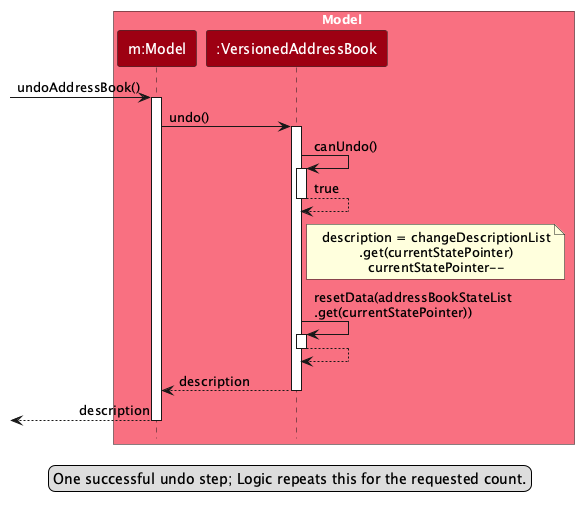
The PlantUML diagram docs/images/UndoSequenceDiagram-Model.png in liownahum/tp, before a commit. Its diagram source:
```plantuml
@startuml
!include style.puml
skinparam ArrowFontStyle plain
skinparam sequenceMessageAlign left

box Model MODEL_COLOR_T1
participant "m:Model" as Model MODEL_COLOR
participant ":VersionedAddressBook" as VersionedAddressBook MODEL_COLOR
end box

[-> Model : undoAddressBook()
activate Model
Model -> VersionedAddressBook : undo()
activate VersionedAddressBook
VersionedAddressBook -> VersionedAddressBook : canUndo()
activate VersionedAddressBook
VersionedAddressBook --> VersionedAddressBook : true
deactivate VersionedAddressBook
note right of VersionedAddressBook
description = changeDescriptionList
.get(currentStatePointer)
currentStatePointer--
end note
VersionedAddressBook -> VersionedAddressBook : resetData(addressBookStateList\n.get(currentStatePointer))
activate VersionedAddressBook
VersionedAddressBook --> VersionedAddressBook
deactivate VersionedAddressBook
VersionedAddressBook --> Model : description
deactivate VersionedAddressBook
[<-- Model : description
deactivate Model

legend bottom
One successful undo step; Logic repeats this for the requested count.
endlegend
@enduml
```
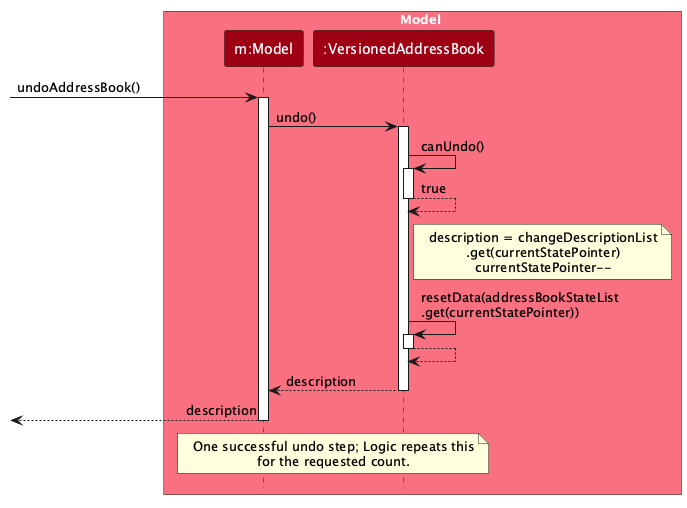
The same diagram one commit later.

The edit, as a diff of the source:
```diff
@@ -8,7 +8,7 @@
 participant ":VersionedAddressBook" as VersionedAddressBook MODEL_COLOR
 end box
 
-[-> Model : undoAddressBook()
+[-> Model : undoAddressBook()<U+00A0><U+00A0><U+00A0><U+00A0><U+00A0><U+00A0><U+00A0><U+00A0><U+00A0><U+00A0><U+00A0><U+00A0><U+00A0><U+00A0><U+00A0><U+00A0><U+00A0><U+00A0><U+00A0><U+00A0><U+00A0><U+00A0><U+00A0><U+00A0><U+00A0><U+00A0>
 activate Model
 Model -> VersionedAddressBook : undo()
 activate VersionedAddressBook
@@ -30,7 +30,8 @@
 [<-- Model : description
 deactivate Model
 
-legend bottom
-One successful undo step; Logic repeats this for the requested count.
-endlegend
+note over Model, VersionedAddressBook
+One successful undo step; Logic repeats this
+for the requested count.
+end note
 @enduml
```
